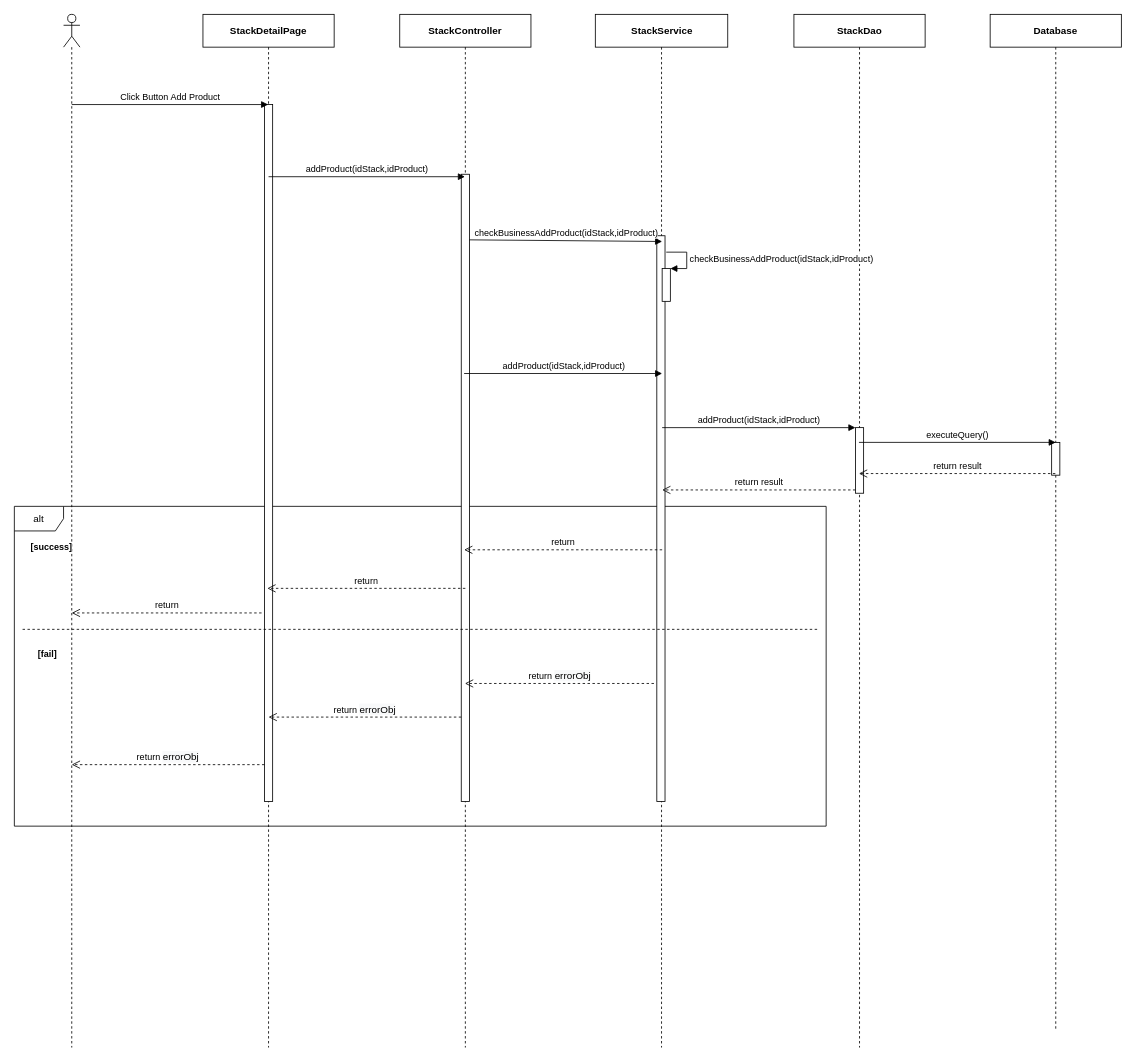
luannmdev/CapstoneDocument keeps this draw.io diagram as page "Ev06" (4 of 6) of 0. Create/Sequece/sc03/SC0301_StackDetail.drawio. Above is the earlier version. Source tidied: cells renumbered, new cells numbered last; positions are measured from the earlier drawing's top-left corner, leaving out a move shared by most shapes. Both pictures are drawn from the tidied source at 82%, with x=0, y=0 at pixel (14, 14).
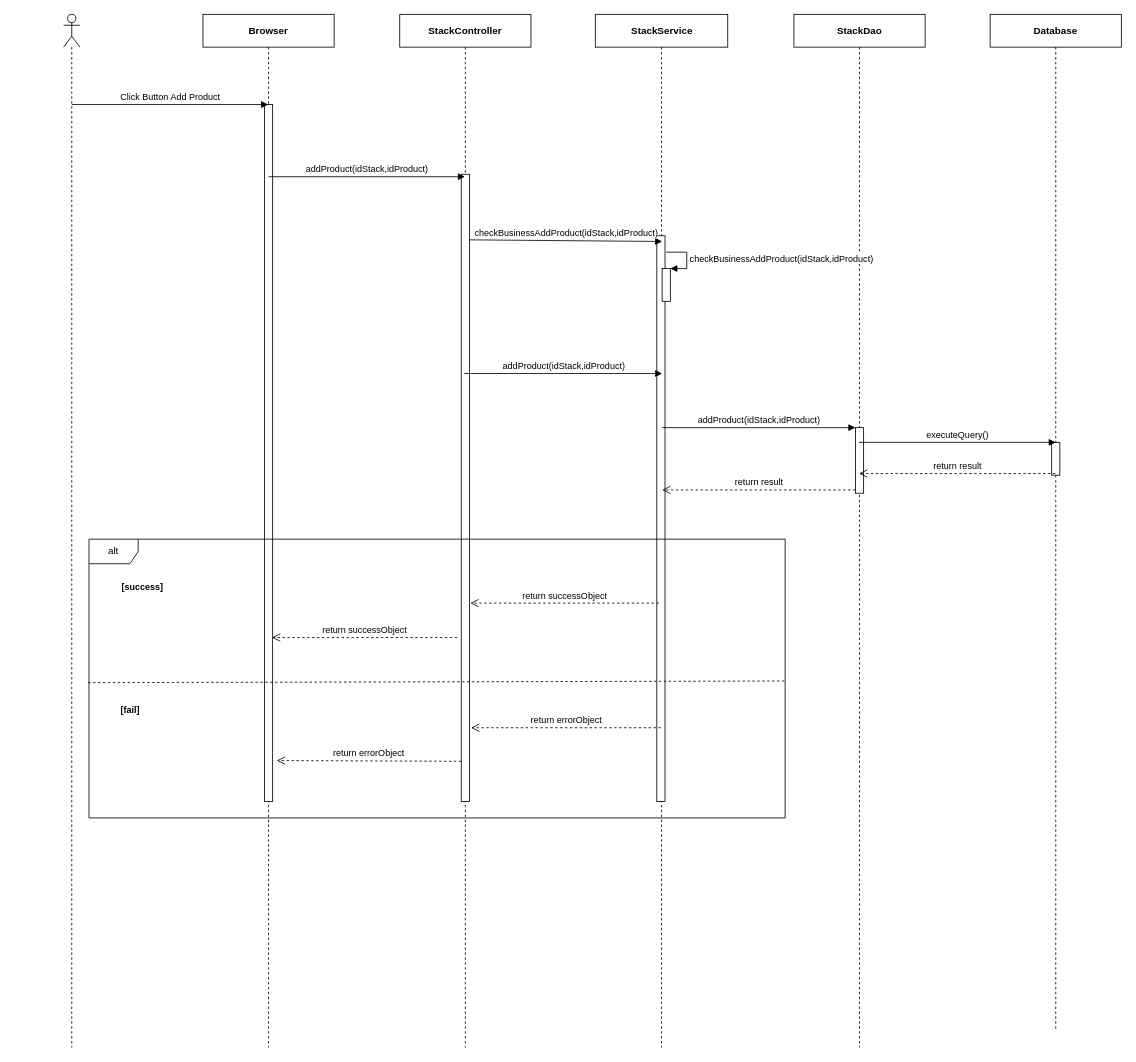
Above is the later version.

Diff of the diagram source:
```diff
@@
-    <mxCell id="2" value="alt" style="shape=umlFrame;whiteSpace=wrap;html=1;" parent="1" vertex="1">
-      <mxGeometry y="600" width="990" height="390" as="geometry" />
-    </mxCell>
@@
-    <mxCell id="4" value="&lt;b&gt;StackDetailPage&lt;/b&gt;" style="shape=umlLifeline;perimeter=lifelinePerimeter;whiteSpace=wrap;html=1;outlineConnect=0;" parent="1" vertex="1">
+    <mxCell id="4" value="&lt;b&gt;Browser&lt;/b&gt;" style="shape=umlLifeline;perimeter=lifelinePerimeter;whiteSpace=wrap;html=1;outlineConnect=0;" parent="1" vertex="1">
       <mxGeometry x="230" width="160" height="1260" as="geometry" />
     </mxCell>
@@
-    <mxCell id="24" value="return&amp;nbsp;&lt;span style=&quot;font-size: 12px ; background-color: rgb(248 , 249 , 250)&quot;&gt;errorObj&lt;/span&gt;" style="html=1;verticalAlign=bottom;endArrow=open;dashed=1;endSize=8;" parent="1" edge="1">
-      <mxGeometry relative="1" as="geometry">
-        <mxPoint x="780" y="816" as="sourcePoint" />
-        <mxPoint x="549.5" y="816" as="targetPoint" />
-      </mxGeometry>
-    </mxCell>
-    <mxCell id="25" value="return&amp;nbsp;&lt;span style=&quot;font-size: 12px ; background-color: rgb(248 , 249 , 250)&quot;&gt;errorObj&lt;/span&gt;" style="html=1;verticalAlign=bottom;endArrow=open;dashed=1;endSize=8;" parent="1" edge="1">
-      <mxGeometry relative="1" as="geometry">
-        <mxPoint x="545" y="857" as="sourcePoint" />
-        <mxPoint x="310" y="857" as="targetPoint" />
-      </mxGeometry>
-    </mxCell>
-    <mxCell id="26" value="return" style="html=1;verticalAlign=bottom;endArrow=open;dashed=1;endSize=8;" parent="1" edge="1">
-      <mxGeometry relative="1" as="geometry">
-        <mxPoint x="790" y="653" as="sourcePoint" />
-        <mxPoint x="548.5" y="653" as="targetPoint" />
-      </mxGeometry>
-    </mxCell>
-    <mxCell id="27" style="endArrow=none;dashed=1;html=1;" parent="1" edge="1">
-      <mxGeometry relative="1" as="geometry">
-        <mxPoint x="10" y="750" as="sourcePoint" />
-        <mxPoint x="980" y="750" as="targetPoint" />
-      </mxGeometry>
-    </mxCell>
-    <mxCell id="28" value="return" style="html=1;verticalAlign=bottom;endArrow=open;dashed=1;endSize=8;" parent="1" edge="1">
-      <mxGeometry relative="1" as="geometry">
-        <mxPoint x="550" y="700" as="sourcePoint" />
-        <mxPoint x="308.5" y="700" as="targetPoint" />
-      </mxGeometry>
-    </mxCell>
-    <mxCell id="29" value="return" style="html=1;verticalAlign=bottom;endArrow=open;dashed=1;endSize=8;" parent="1" edge="1">
-      <mxGeometry relative="1" as="geometry">
-        <mxPoint x="301.5" y="730" as="sourcePoint" />
-        <mxPoint x="70" y="730" as="targetPoint" />
-      </mxGeometry>
-    </mxCell>
-    <mxCell id="30" value="return&amp;nbsp;&lt;span style=&quot;font-size: 12px ; background-color: rgb(248 , 249 , 250)&quot;&gt;errorObj&lt;/span&gt;" style="html=1;verticalAlign=bottom;endArrow=open;dashed=1;endSize=8;" parent="1" edge="1">
-      <mxGeometry relative="1" as="geometry">
-        <mxPoint x="305" y="915" as="sourcePoint" />
-        <mxPoint x="70" y="915" as="targetPoint" />
-      </mxGeometry>
-    </mxCell>
+    <mxCell id="2" value="alt" style="shape=umlFrame;whiteSpace=wrap;html=1;" parent="1" vertex="1">
+      <mxGeometry x="91" y="640" width="849" height="340" as="geometry" />
+    </mxCell>
+    <mxCell id="33" value="return successObject" style="html=1;verticalAlign=bottom;endArrow=open;dashed=1;endSize=8;" parent="1" edge="1">
+      <mxGeometry relative="1" as="geometry">
+        <mxPoint x="786" y="718" as="sourcePoint" />
+        <mxPoint x="556" y="718" as="targetPoint" />
+      </mxGeometry>
+    </mxCell>
+    <mxCell id="34" value="return successObject" style="html=1;verticalAlign=bottom;endArrow=open;dashed=1;endSize=8;" parent="1" edge="1">
+      <mxGeometry relative="1" as="geometry">
+        <mxPoint x="540" y="760" as="sourcePoint" />
+        <mxPoint x="314.2" y="760" as="targetPoint" />
+      </mxGeometry>
+    </mxCell>
+    <mxCell id="35" style="endArrow=none;dashed=1;html=1;exitX=-0.001;exitY=0.303;exitDx=0;exitDy=0;exitPerimeter=0;" parent="1" edge="1">
+      <mxGeometry relative="1" as="geometry">
+        <mxPoint x="90" y="815" as="sourcePoint" />
+        <mxPoint x="940" y="813" as="targetPoint" />
+      </mxGeometry>
+    </mxCell>
     <mxCell id="31" value="&lt;span style=&quot;font-size: 11px ; background-color: rgb(255 , 255 , 255)&quot;&gt;&lt;b&gt;[success]&lt;/b&gt;&lt;/span&gt;" style="text;html=1;align=center;verticalAlign=middle;" parent="1" vertex="1">
-      <mxGeometry x="10" y="640" width="70" height="20" as="geometry" />
+      <mxGeometry x="121" y="688" width="70" height="20" as="geometry" />
     </mxCell>
     <mxCell id="32" value="&lt;span style=&quot;font-size: 11px ; background-color: rgb(255 , 255 , 255)&quot;&gt;&lt;b&gt;[fail]&lt;/b&gt;&lt;/span&gt;" style="text;html=1;align=center;verticalAlign=middle;" parent="1" vertex="1">
-      <mxGeometry x="20" y="770" width="40" height="20" as="geometry" />
+      <mxGeometry x="121" y="838" width="40" height="20" as="geometry" />
     </mxCell>
+    <mxCell id="36" value="return errorObject" style="html=1;verticalAlign=bottom;endArrow=open;dashed=1;endSize=8;" parent="1" edge="1">
+      <mxGeometry relative="1" as="geometry">
+        <mxPoint x="788.5" y="870" as="sourcePoint" />
+        <mxPoint x="557" y="870" as="targetPoint" />
+      </mxGeometry>
+    </mxCell>
+    <mxCell id="37" value="return errorObject" style="html=1;verticalAlign=bottom;endArrow=open;dashed=1;endSize=8;exitX=0;exitY=0.93;exitDx=0;exitDy=0;exitPerimeter=0;" parent="1" edge="1">
+      <mxGeometry relative="1" as="geometry">
+        <mxPoint x="545" y="910.9" as="sourcePoint" />
+        <mxPoint x="320" y="910" as="targetPoint" />
+      </mxGeometry>
+    </mxCell>
```
